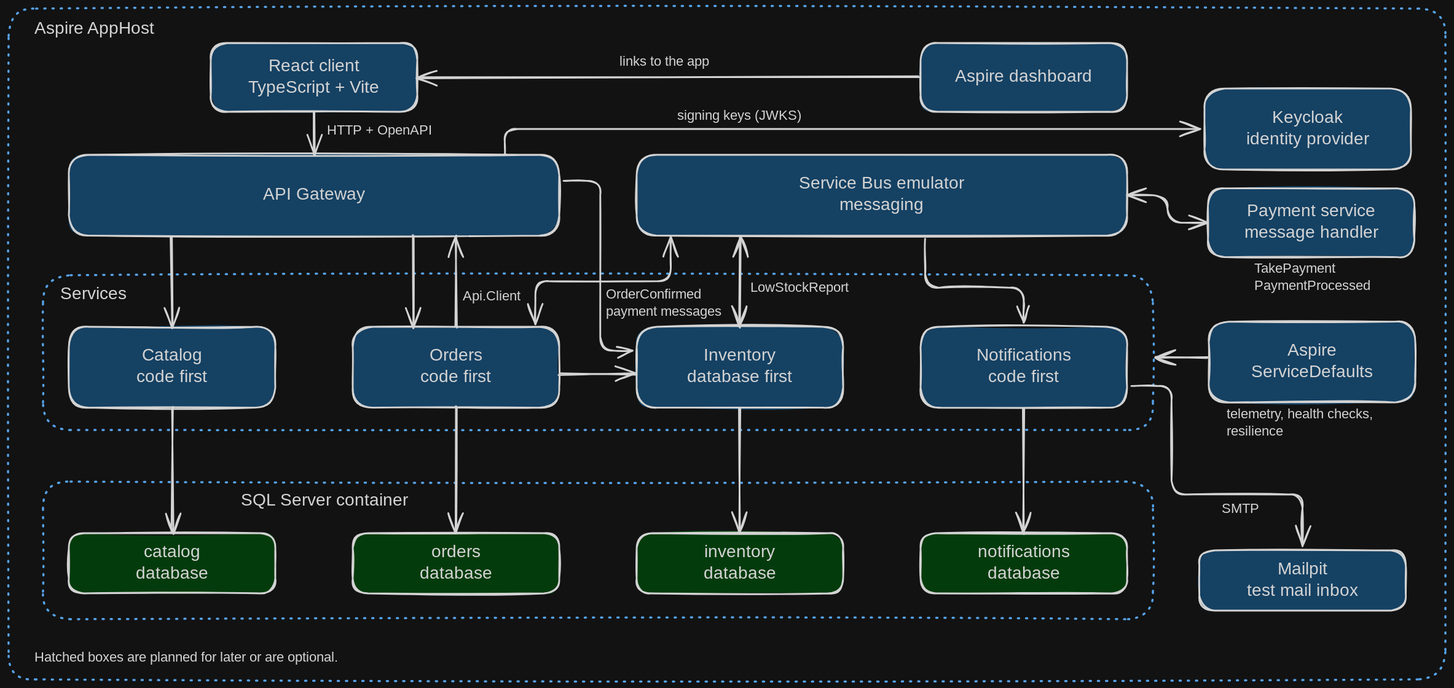
Before: resources/schemas/CatDemoArchitecture.excalidraw.svg, a diagram exported from Excalidraw (gmarginet/CleanArchitectureToolkit). Source tidied: one line per element, renumbered; positions are measured from the earlier drawing's top-left corner, leaving out a move shared by most shapes.
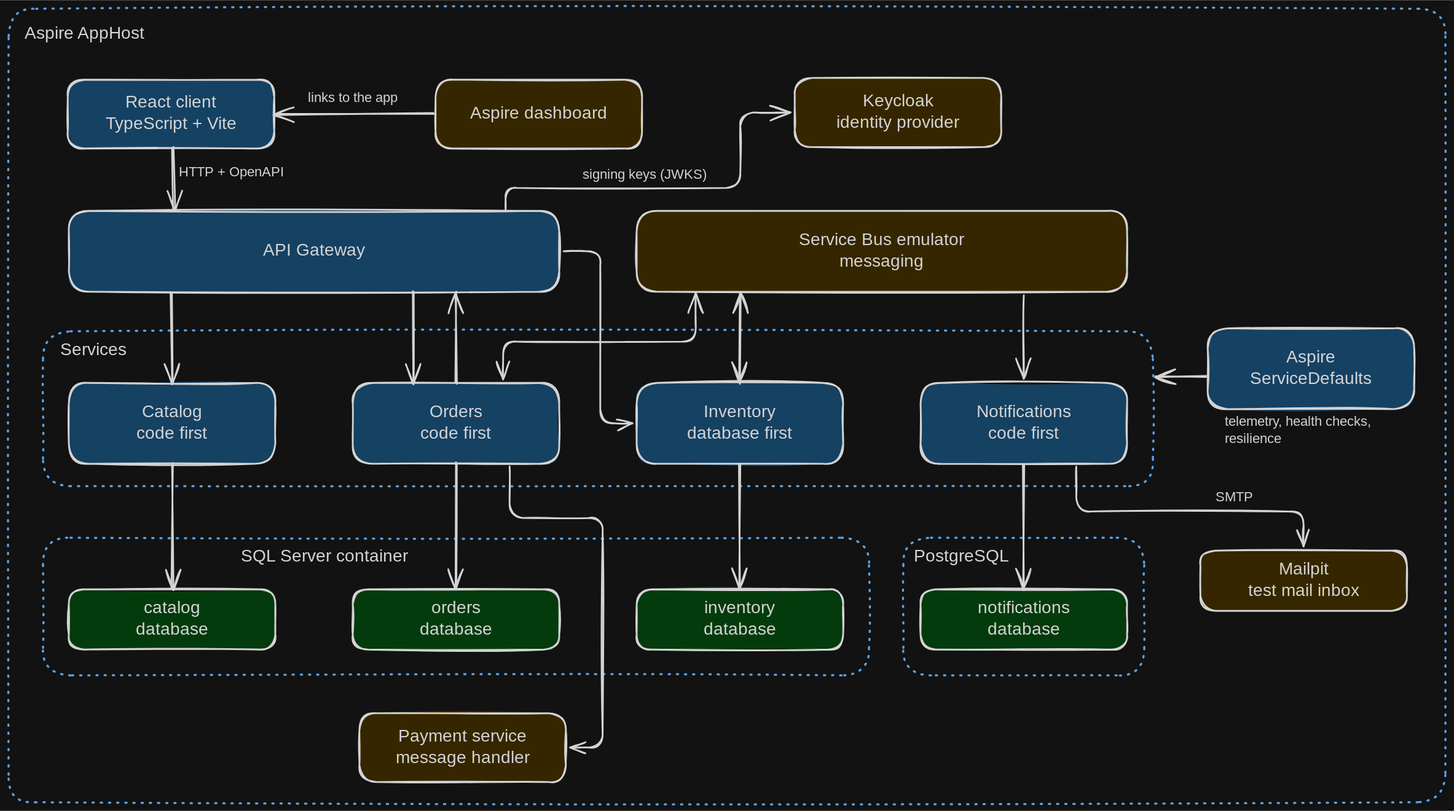
The same file after the commit.

Commit message:
Show PostgreSQL and the payment provider call in the demo drawing (skip-pub)

Notifications gets its own PostgreSQL frame. The direct Orders to Inventory arrow is gone, because Orders calls Inventory through the gateway. A new arrow shows that Orders calls the payment provider directly.

Change to the diagram source:
```diff
@@ -1,14 +1,16 @@
-{"id": 0, "type": "rectangle", "strokeColor": "#1971c2", "strokeWidth": 2, "strokeStyle": "dotted", "roughness": 1, "round": true, "x": 0, "y": 0, "width": 1670, "height": 780}
+{"id": 0, "type": "rectangle", "strokeColor": "#1971c2", "strokeWidth": 2, "strokeStyle": "dotted", "roughness": 1, "round": true, "x": 0, "y": -65, "width": 1670, "height": 922}
 {"id": 1, "type": "rectangle", "strokeColor": "#1971c2", "strokeWidth": 2, "strokeStyle": "dotted", "roughness": 1, "round": true, "x": 40, "y": 310, "width": 1290, "height": 180}
-{"id": 2, "type": "rectangle", "strokeColor": "#1971c2", "strokeWidth": 2, "strokeStyle": "dotted", "roughness": 1, "round": true, "x": 40, "y": 550, "width": 1290, "height": 160}
+{"id": 2, "type": "rectangle", "strokeColor": "#1971c2", "strokeWidth": 2, "strokeStyle": "dotted", "roughness": 1, "round": true, "x": 40, "y": 550, "width": 960, "height": 160}
+{"id": 66, "type": "rectangle", "strokeColor": "#1971c2", "strokeWidth": 2, "strokeStyle": "dotted", "roughness": 1, "round": true, "x": 1040, "y": 550, "width": 280, "height": 160}
-{"id": 3, "type": "text", "text": "Aspire AppHost", "strokeColor": "#1e1e1e", "strokeWidth": 2, "roughness": 1, "fontSize": 20, "fontFamily": 5, "x": 30, "y": 12, "width": 141, "height": 25}
+{"id": 3, "type": "text", "text": "Aspire AppHost", "strokeColor": "#1e1e1e", "strokeWidth": 2, "roughness": 1, "fontSize": 20, "fontFamily": 5, "x": 19, "y": -48, "width": 141, "height": 25}
 {"id": 4, "type": "text", "text": "Services", "strokeColor": "#1e1e1e", "strokeWidth": 2, "roughness": 1, "fontSize": 20, "fontFamily": 5, "x": 60, "y": 320, "width": 81, "height": 25}
 {"id": 5, "type": "text", "text": "SQL Server container", "strokeColor": "#1e1e1e", "strokeWidth": 2, "roughness": 1, "fontSize": 20, "fontFamily": 5, "x": 270, "y": 560, "width": 202, "height": 25}
+{"id": 67, "type": "text", "text": "PostgreSQL", "strokeColor": "#1e1e1e", "strokeWidth": 2, "roughness": 1, "fontSize": 20, "fontFamily": 5, "x": 1052, "y": 560, "width": 202, "height": 25}
-{"id": 6, "type": "rectangle", "strokeColor": "#1e1e1e", "backgroundColor": "#a5d8ff", "fillStyle": "solid", "strokeWidth": 2, "roughness": 1, "round": true, "x": 235, "y": 40, "width": 240, "height": 80}
+{"id": 6, "type": "rectangle", "strokeColor": "#1e1e1e", "backgroundColor": "#a5d8ff", "fillStyle": "solid", "strokeWidth": 2, "roughness": 1, "round": true, "x": 69, "y": 18, "width": 240, "height": 80}
-{"id": 7, "type": "text", "text": "React client\nTypeScript + Vite", "strokeColor": "#1e1e1e", "strokeWidth": 2, "roughness": 1, "fontSize": 20, "fontFamily": 5, "textAlign": "center", "verticalAlign": "middle", "inside": 6, "x": 269, "y": 55, "width": 171, "height": 50}
+{"id": 7, "type": "text", "text": "React client\nTypeScript + Vite", "strokeColor": "#1e1e1e", "strokeWidth": 2, "roughness": 1, "fontSize": 20, "fontFamily": 5, "textAlign": "center", "verticalAlign": "middle", "inside": 6, "x": 103, "y": 32, "width": 171, "height": 50}
-{"id": 8, "type": "rectangle", "strokeColor": "#1e1e1e", "backgroundColor": "#a5d8ff", "fillStyle": "solid", "strokeWidth": 2, "roughness": 1, "round": true, "x": 1060, "y": 40, "width": 240, "height": 80}
+{"id": 8, "type": "rectangle", "strokeColor": "#1e1e1e", "backgroundColor": "#ffec99", "fillStyle": "solid", "strokeWidth": 2, "roughness": 1, "round": true, "x": 496, "y": 18, "width": 240, "height": 80}
-{"id": 9, "type": "text", "text": "Aspire dashboard", "strokeColor": "#1e1e1e", "strokeWidth": 2, "roughness": 1, "fontSize": 20, "fontFamily": 5, "textAlign": "center", "verticalAlign": "middle", "inside": 8, "x": 1096, "y": 68, "width": 167, "height": 25}
+{"id": 9, "type": "text", "text": "Aspire dashboard", "strokeColor": "#1e1e1e", "strokeWidth": 2, "roughness": 1, "fontSize": 20, "fontFamily": 5, "textAlign": "center", "verticalAlign": "middle", "inside": 8, "x": 533, "y": 45, "width": 167, "height": 25}
 {"id": 10, "type": "rectangle", "strokeColor": "#1e1e1e", "backgroundColor": "#a5d8ff", "fillStyle": "solid", "strokeWidth": 2, "roughness": 1, "round": true, "x": 70, "y": 170, "width": 570, "height": 94}
 {"id": 11, "type": "text", "text": "API Gateway", "strokeColor": "#1e1e1e", "strokeWidth": 2, "roughness": 1, "fontSize": 20, "fontFamily": 5, "textAlign": "center", "verticalAlign": "middle", "inside": 10, "x": 299, "y": 204, "width": 111, "height": 25}
-{"id": 12, "type": "rectangle", "strokeColor": "#1e1e1e", "backgroundColor": "#a5d8ff", "fillStyle": "solid", "strokeWidth": 2, "roughness": 1, "round": true, "x": 730, "y": 170, "width": 570, "height": 94}
+{"id": 12, "type": "rectangle", "strokeColor": "#1e1e1e", "backgroundColor": "#ffec99", "fillStyle": "solid", "strokeWidth": 2, "roughness": 1, "round": true, "x": 730, "y": 170, "width": 570, "height": 94}
 {"id": 13, "type": "text", "text": "Service Bus emulator\nmessaging", "strokeColor": "#1e1e1e", "strokeWidth": 2, "roughness": 1, "fontSize": 20, "fontFamily": 5, "textAlign": "center", "verticalAlign": "middle", "inside": 12, "x": 914, "y": 192, "width": 202, "height": 50}
@@ -22,4 +24,4 @@
 {"id": 21, "type": "text", "text": "Notifications\ncode first", "strokeColor": "#1e1e1e", "strokeWidth": 2, "roughness": 1, "fontSize": 20, "fontFamily": 5, "textAlign": "center", "verticalAlign": "middle", "inside": 20, "x": 1109, "y": 392, "width": 142, "height": 50}
-{"id": 22, "type": "rectangle", "strokeColor": "#1e1e1e", "backgroundColor": "#a5d8ff", "fillStyle": "solid", "strokeWidth": 2, "roughness": 1, "round": true, "x": 1395, "y": 364, "width": 240, "height": 94}
+{"id": 22, "type": "rectangle", "strokeColor": "#1e1e1e", "backgroundColor": "#a5d8ff", "fillStyle": "solid", "strokeWidth": 2, "roughness": 1, "round": true, "x": 1394, "y": 306, "width": 240, "height": 94}
-{"id": 23, "type": "text", "text": "Aspire\nServiceDefaults", "strokeColor": "#1e1e1e", "strokeWidth": 2, "roughness": 1, "fontSize": 20, "fontFamily": 5, "textAlign": "center", "verticalAlign": "middle", "inside": 22, "x": 1439, "y": 386, "width": 153, "height": 50}
+{"id": 23, "type": "text", "text": "Aspire\nServiceDefaults", "strokeColor": "#1e1e1e", "strokeWidth": 2, "roughness": 1, "fontSize": 20, "fontFamily": 5, "textAlign": "center", "verticalAlign": "middle", "inside": 22, "x": 1437, "y": 328, "width": 153, "height": 50}
 {"id": 24, "type": "rectangle", "strokeColor": "#1e1e1e", "backgroundColor": "#b2f2bb", "fillStyle": "solid", "strokeWidth": 2, "roughness": 1, "round": true, "x": 70, "y": 610, "width": 240, "height": 70}
@@ -30,11 +32,11 @@
 {"id": 29, "type": "text", "text": "inventory\ndatabase", "strokeColor": "#1e1e1e", "strokeWidth": 2, "roughness": 1, "fontSize": 20, "fontFamily": 5, "textAlign": "center", "verticalAlign": "middle", "inside": 28, "x": 805, "y": 620, "width": 91, "height": 50}
-{"id": 30, "type": "rectangle", "strokeColor": "#1e1e1e", "backgroundColor": "#a5d8ff", "fillStyle": "solid", "strokeWidth": 2, "roughness": 1, "round": true, "x": 1394, "y": 209, "width": 240, "height": 80}
+{"id": 30, "type": "rectangle", "strokeColor": "#1e1e1e", "backgroundColor": "#ffec99", "fillStyle": "solid", "strokeWidth": 2, "roughness": 1, "round": true, "x": 408, "y": 754, "width": 240, "height": 80}
-{"id": 31, "type": "text", "text": "Payment service\nmessage handler", "strokeColor": "#1e1e1e", "strokeWidth": 2, "roughness": 1, "fontSize": 20, "fontFamily": 5, "textAlign": "center", "verticalAlign": "middle", "inside": 30, "x": 1438, "y": 224, "width": 151, "height": 50}
+{"id": 31, "type": "text", "text": "Payment service\nmessage handler", "strokeColor": "#1e1e1e", "strokeWidth": 2, "roughness": 1, "fontSize": 20, "fontFamily": 5, "textAlign": "center", "verticalAlign": "middle", "inside": 30, "x": 452, "y": 769, "width": 151, "height": 50}
-{"id": 32, "type": "arrow", "strokeColor": "#1e1e1e", "strokeWidth": 2, "roughness": 1, "endArrowhead": "arrow", "round": true, "from": 6, "to": 10, "x": 355, "y": 120, "width": 0, "height": 50, "points": [[0, 0], [0, 50]]}
+{"id": 32, "type": "arrow", "strokeColor": "#1e1e1e", "strokeWidth": 2, "roughness": 1, "endArrowhead": "arrow", "round": true, "from": 6, "to": 10, "x": 191, "y": 97, "width": 1, "height": 73, "points": [[0, 0], [1, 73]]}
-{"id": 33, "type": "arrow", "strokeColor": "#1e1e1e", "strokeWidth": 2, "roughness": 1, "endArrowhead": "arrow", "round": true, "from": 8, "to": 6, "x": 1059, "y": 80, "width": 583, "height": 0, "points": [[0, 0], [-583, 0]]}
+{"id": 33, "type": "arrow", "strokeColor": "#1e1e1e", "strokeWidth": 2, "roughness": 1, "endArrowhead": "arrow", "round": true, "from": 8, "to": 6, "x": 495, "y": 58, "width": 186, "height": 0, "points": [[0, 0], [-186, 0]]}
 {"id": 34, "type": "arrow", "strokeColor": "#1e1e1e", "strokeWidth": 2, "roughness": 1, "endArrowhead": "arrow", "round": true, "from": 10, "to": 14, "x": 190, "y": 264, "width": 0, "height": 106, "points": [[0, 0], [0, 106]]}
 {"id": 35, "type": "arrow", "strokeColor": "#1e1e1e", "strokeWidth": 2, "roughness": 1, "endArrowhead": "arrow", "round": true, "from": 10, "to": 16, "x": 470, "y": 264, "width": 0, "height": 106, "points": [[0, 0], [0, 106]]}
-{"id": 36, "type": "arrow", "strokeColor": "#1e1e1e", "strokeWidth": 2, "roughness": 1, "startArrowhead": "arrow", "endArrowhead": "arrow", "from": 16, "to": 12, "x": 612, "y": 367, "width": 157, "height": 102, "points": [[0, 0], [0, -50], [157, -50], [157, -102]]}
+{"id": 36, "type": "arrow", "strokeColor": "#1e1e1e", "strokeWidth": 2, "roughness": 1, "startArrowhead": "arrow", "endArrowhead": "arrow", "from": 16, "to": 12, "x": 575, "y": 366, "width": 224, "height": 101, "points": [[0, 0], [0, -44], [224, -44], [224, -101]]}
 {"id": 37, "type": "arrow", "strokeColor": "#1e1e1e", "strokeWidth": 2, "roughness": 1, "startArrowhead": "arrow", "endArrowhead": "arrow", "round": true, "from": 12, "to": 18, "x": 850, "y": 264, "width": 0, "height": 106, "points": [[0, 0], [0, 106]]}
-{"id": 38, "type": "arrow", "strokeColor": "#1e1e1e", "strokeWidth": 2, "roughness": 1, "endArrowhead": "arrow", "from": 12, "to": 20, "x": 1065, "y": 268, "width": 115, "height": 97, "points": [[0, 0], [0, 57], [115, 57], [115, 97]]}
+{"id": 38, "type": "arrow", "strokeColor": "#1e1e1e", "strokeWidth": 2, "roughness": 1, "endArrowhead": "arrow", "from": 12, "to": 20, "x": 1180, "y": 268, "width": 0, "height": 97, "points": [[0, 0], [0, 97]]}
 {"id": 39, "type": "arrow", "strokeColor": "#1e1e1e", "strokeWidth": 2, "roughness": 1, "endArrowhead": "arrow", "round": true, "from": 16, "to": 10, "x": 520, "y": 370, "width": 0, "height": 106, "points": [[0, 0], [0, -106]]}
@@ -43,19 +45,16 @@
 {"id": 42, "type": "arrow", "strokeColor": "#1e1e1e", "strokeWidth": 2, "roughness": 1, "endArrowhead": "arrow", "round": true, "from": 18, "to": 28, "x": 850, "y": 464, "width": 0, "height": 146, "points": [[0, 0], [0, 146]]}
-{"id": 43, "type": "arrow", "strokeColor": "#1e1e1e", "strokeWidth": 2, "roughness": 1, "endArrowhead": "arrow", "round": true, "from": 22, "to": 1, "x": 1394, "y": 407, "width": 62, "height": 1, "points": [[0, 0], [-62, -1]]}
+{"id": 43, "type": "arrow", "strokeColor": "#1e1e1e", "strokeWidth": 2, "roughness": 1, "endArrowhead": "arrow", "round": true, "from": 22, "to": 1, "x": 1393, "y": 363, "width": 61, "height": 0, "points": [[0, 0], [-61, 0]]}
-{"id": 44, "type": "text", "text": "HTTP + OpenAPI", "strokeColor": "#1e1e1e", "strokeWidth": 2, "roughness": 1, "fontSize": 16, "fontFamily": 5, "x": 370, "y": 132, "width": 113, "height": 20}
+{"id": 44, "type": "text", "text": "HTTP + OpenAPI", "strokeColor": "#1e1e1e", "strokeWidth": 2, "roughness": 1, "fontSize": 16, "fontFamily": 5, "x": 198, "y": 116, "width": 113, "height": 20}
-{"id": 45, "type": "text", "text": "links to the app", "strokeColor": "#1e1e1e", "strokeWidth": 2, "roughness": 1, "fontSize": 16, "fontFamily": 5, "x": 710, "y": 52, "width": 130, "height": 20}
+{"id": 45, "type": "text", "text": "links to the app", "strokeColor": "#1e1e1e", "strokeWidth": 2, "roughness": 1, "fontSize": 16, "fontFamily": 5, "x": 347, "y": 30, "width": 130, "height": 20}
-{"id": 46, "type": "text", "text": "OrderConfirmed\npayment messages", "strokeColor": "#1e1e1e", "strokeWidth": 2, "roughness": 1, "fontSize": 16, "fontFamily": 5, "x": 694, "y": 323, "width": 130, "height": 40}
-{"id": 47, "type": "text", "text": "Api.Client", "strokeColor": "#1e1e1e", "strokeWidth": 2, "roughness": 1, "fontSize": 16, "fontFamily": 5, "x": 528, "y": 325, "width": 81, "height": 20}
-{"id": 48, "type": "text", "text": "telemetry, health checks,\nresilience", "strokeColor": "#1e1e1e", "strokeWidth": 2, "roughness": 1, "fontSize": 16, "fontFamily": 5, "x": 1416, "y": 462, "width": 202, "height": 40}
+{"id": 48, "type": "text", "text": "telemetry, health checks,\nresilience", "strokeColor": "#1e1e1e", "strokeWidth": 2, "roughness": 1, "fontSize": 16, "fontFamily": 5, "x": 1414, "y": 406, "width": 202, "height": 40}
-{"id": 49, "type": "text", "text": "Hatched boxes are planned for later or are optional.", "strokeColor": "#1e1e1e", "strokeWidth": 2, "roughness": 1, "fontSize": 16, "fontFamily": 5, "x": 30, "y": 745, "width": 407, "height": 20}
-{"id": 50, "type": "rectangle", "strokeColor": "#1e1e1e", "backgroundColor": "#a5d8ff", "fillStyle": "solid", "strokeWidth": 2, "roughness": 1, "round": true, "x": 1390, "y": 93, "width": 240, "height": 94}
+{"id": 50, "type": "rectangle", "strokeColor": "#1e1e1e", "backgroundColor": "#ffec99", "fillStyle": "solid", "strokeWidth": 2, "roughness": 1, "round": true, "x": 914, "y": 16, "width": 240, "height": 80}
-{"id": 51, "type": "text", "text": "Keycloak\nidentity provider", "strokeColor": "#1e1e1e", "strokeWidth": 2, "roughness": 1, "fontSize": 20, "fontFamily": 5, "textAlign": "center", "verticalAlign": "middle", "inside": 50, "x": 1424, "y": 115, "width": 172, "height": 50}
+{"id": 51, "type": "text", "text": "Keycloak\nidentity provider", "strokeColor": "#1e1e1e", "strokeWidth": 2, "roughness": 1, "fontSize": 20, "fontFamily": 5, "textAlign": "center", "verticalAlign": "middle", "inside": 50, "x": 948, "y": 31, "width": 172, "height": 50}
-{"id": 52, "type": "arrow", "strokeColor": "#1e1e1e", "strokeWidth": 2, "roughness": 1, "endArrowhead": "arrow", "from": 10, "to": 50, "x": 577, "y": 170, "width": 808, "height": 30, "points": [[0, 0], [0, 0], [0, -30], [808, -30]]}
+{"id": 52, "type": "arrow", "strokeColor": "#1e1e1e", "strokeWidth": 2, "roughness": 1, "endArrowhead": "arrow", "from": 10, "to": 50, "x": 578, "y": 169, "width": 331, "height": 113, "points": [[0, 0], [0, -26], [273, -26], [273, -113], [331, -113]]}
-{"id": 53, "type": "text", "text": "signing keys (JWKS)", "strokeColor": "#1e1e1e", "strokeWidth": 2, "roughness": 1, "fontSize": 16, "fontFamily": 5, "x": 777, "y": 115, "width": 154, "height": 20}
+{"id": 53, "type": "text", "text": "signing keys (JWKS)", "strokeColor": "#1e1e1e", "strokeWidth": 2, "roughness": 1, "fontSize": 16, "fontFamily": 5, "x": 667, "y": 119, "width": 154, "height": 20}
-{"id": 54, "type": "arrow", "strokeColor": "#1e1e1e", "strokeWidth": 2, "roughness": 1, "endArrowhead": "arrow", "round": true, "from": 16, "to": 18, "x": 640, "y": 425, "width": 90, "height": 0, "points": [[0, 0], [90, 0]]}
+{"id": 68, "type": "arrow", "strokeColor": "#1e1e1e", "strokeWidth": 2, "roughness": 1, "endArrowhead": "arrow", "from": 16, "to": 30, "x": 582, "y": 467, "width": 108, "height": 327, "points": [[0, 0], [0, 60], [108, 60], [108, 327], [70, 327]]}
-{"id": 55, "type": "arrow", "strokeColor": "#1e1e1e", "strokeWidth": 2, "roughness": 1, "endArrowhead": "arrow", "from": 10, "to": 18, "x": 645, "y": 200, "width": 80, "height": 197, "points": [[0, 0], [43, 0], [43, 197], [80, 197]]}
+{"id": 55, "type": "arrow", "strokeColor": "#1e1e1e", "strokeWidth": 2, "roughness": 1, "endArrowhead": "arrow", "from": 10, "to": 18, "x": 645, "y": 217, "width": 80, "height": 200, "points": [[0, 0], [43, 0], [43, 200], [80, 200]]}
-{"id": 56, "type": "rectangle", "strokeColor": "#1e1e1e", "backgroundColor": "#a5d8ff", "fillStyle": "solid", "strokeWidth": 2, "roughness": 1, "round": true, "x": 1384, "y": 630, "width": 240, "height": 70}
+{"id": 56, "type": "rectangle", "strokeColor": "#1e1e1e", "backgroundColor": "#ffec99", "fillStyle": "solid", "strokeWidth": 2, "roughness": 1, "round": true, "x": 1385, "y": 565, "width": 240, "height": 70}
-{"id": 57, "type": "text", "text": "Mailpit\ntest mail inbox", "strokeColor": "#1e1e1e", "strokeWidth": 2, "roughness": 1, "fontSize": 20, "fontFamily": 5, "textAlign": "center", "verticalAlign": "middle", "inside": 56, "x": 1424, "y": 640, "width": 160, "height": 50}
+{"id": 57, "type": "text", "text": "Mailpit\ntest mail inbox", "strokeColor": "#1e1e1e", "strokeWidth": 2, "roughness": 1, "fontSize": 20, "fontFamily": 5, "textAlign": "center", "verticalAlign": "middle", "inside": 56, "x": 1425, "y": 575, "width": 160, "height": 50}
-{"id": 58, "type": "arrow", "strokeColor": "#1e1e1e", "strokeWidth": 2, "roughness": 1, "endArrowhead": "arrow", "from": 20, "to": 56, "x": 1305, "y": 439, "width": 199, "height": 186, "points": [[0, 0], [47, 0], [47, 126], [199, 126], [199, 186]]}
+{"id": 58, "type": "arrow", "strokeColor": "#1e1e1e", "strokeWidth": 2, "roughness": 1, "endArrowhead": "arrow", "from": 20, "to": 56, "x": 1241, "y": 467, "width": 264, "height": 93, "points": [[0, 0], [0, 52], [264, 52], [264, 93]]}
-{"id": 59, "type": "text", "text": "SMTP", "strokeColor": "#1e1e1e", "strokeWidth": 2, "roughness": 1, "fontSize": 16, "fontFamily": 5, "x": 1410, "y": 572, "width": 40, "height": 20}
+{"id": 59, "type": "text", "text": "SMTP", "strokeColor": "#1e1e1e", "strokeWidth": 2, "roughness": 1, "fontSize": 16, "fontFamily": 5, "x": 1402, "y": 493, "width": 55, "height": 20}
 {"id": 60, "type": "rectangle", "strokeColor": "#1e1e1e", "backgroundColor": "#b2f2bb", "fillStyle": "solid", "strokeWidth": 2, "roughness": 1, "round": true, "x": 1060, "y": 610, "width": 240, "height": 70}
@@ -63,4 +62,1 @@
 {"id": 62, "type": "arrow", "strokeColor": "#1e1e1e", "strokeWidth": 2, "roughness": 1, "endArrowhead": "arrow", "round": true, "x": 1180, "y": 464, "width": 0, "height": 146, "points": [[0, 0], [0, 146]]}
-{"id": 63, "type": "text", "text": "LowStockReport", "strokeColor": "#1e1e1e", "strokeWidth": 2, "roughness": 1, "fontSize": 16, "fontFamily": 5, "x": 862, "y": 315, "width": 113, "height": 20}
-{"id": 64, "type": "arrow", "strokeColor": "#1e1e1e", "strokeWidth": 2, "roughness": 1, "startArrowhead": "arrow", "endArrowhead": "arrow", "from": 12, "to": 30, "x": 1300, "y": 217, "width": 94, "height": 32, "points": [[0, 0], [47, 0], [47, 32], [94, 32]]}
-{"id": 65, "type": "text", "text": "TakePayment\nPaymentProcessed", "strokeColor": "#1e1e1e", "strokeWidth": 2, "roughness": 1, "fontSize": 16, "fontFamily": 5, "x": 1448, "y": 293, "width": 130, "height": 40}
```
